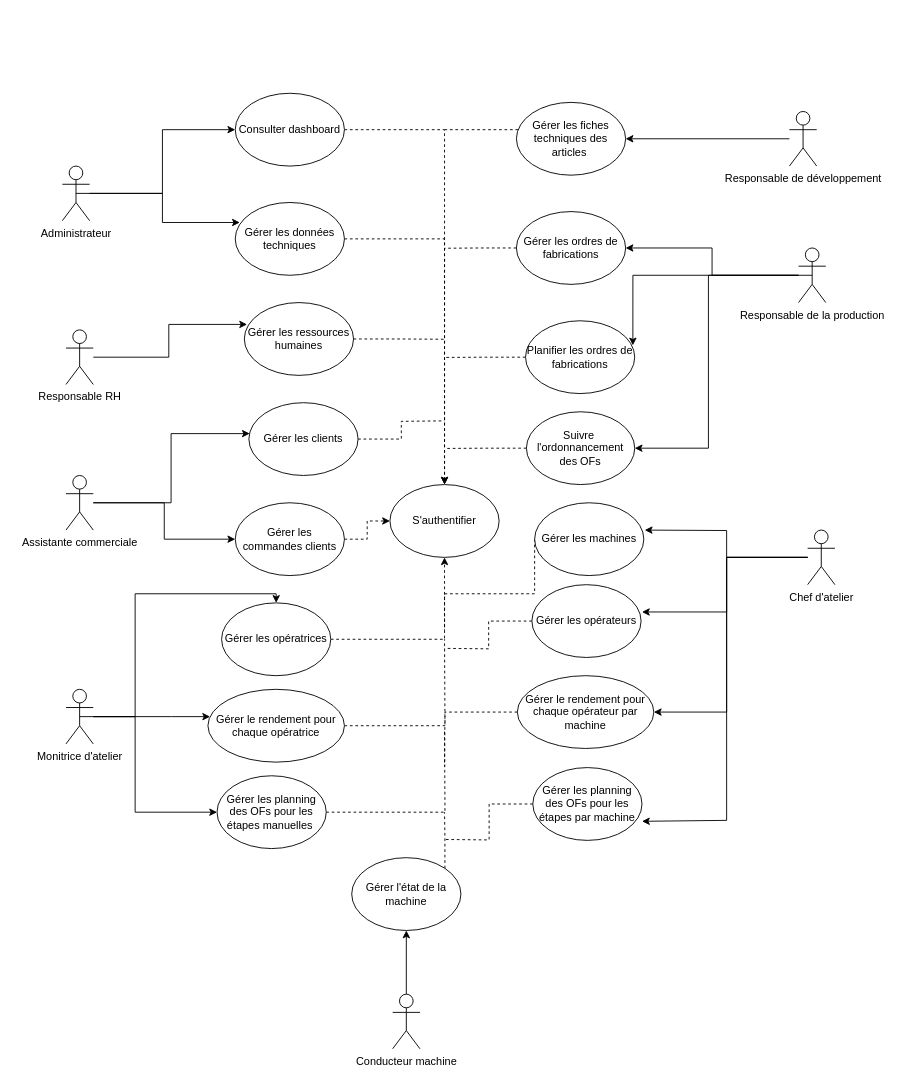
Above: Diagramme_CasUtilisation.drawio in AbdelazizBs/GPAO-SpringApp (draw.io), before the change. Source tidied: cells renumbered, new cells numbered last; positions are measured from the earlier drawing's top-left corner, leaving out a move shared by most shapes. Both pictures are drawn from the tidied source at 91%, with x=0, y=0 at pixel (62, 93).
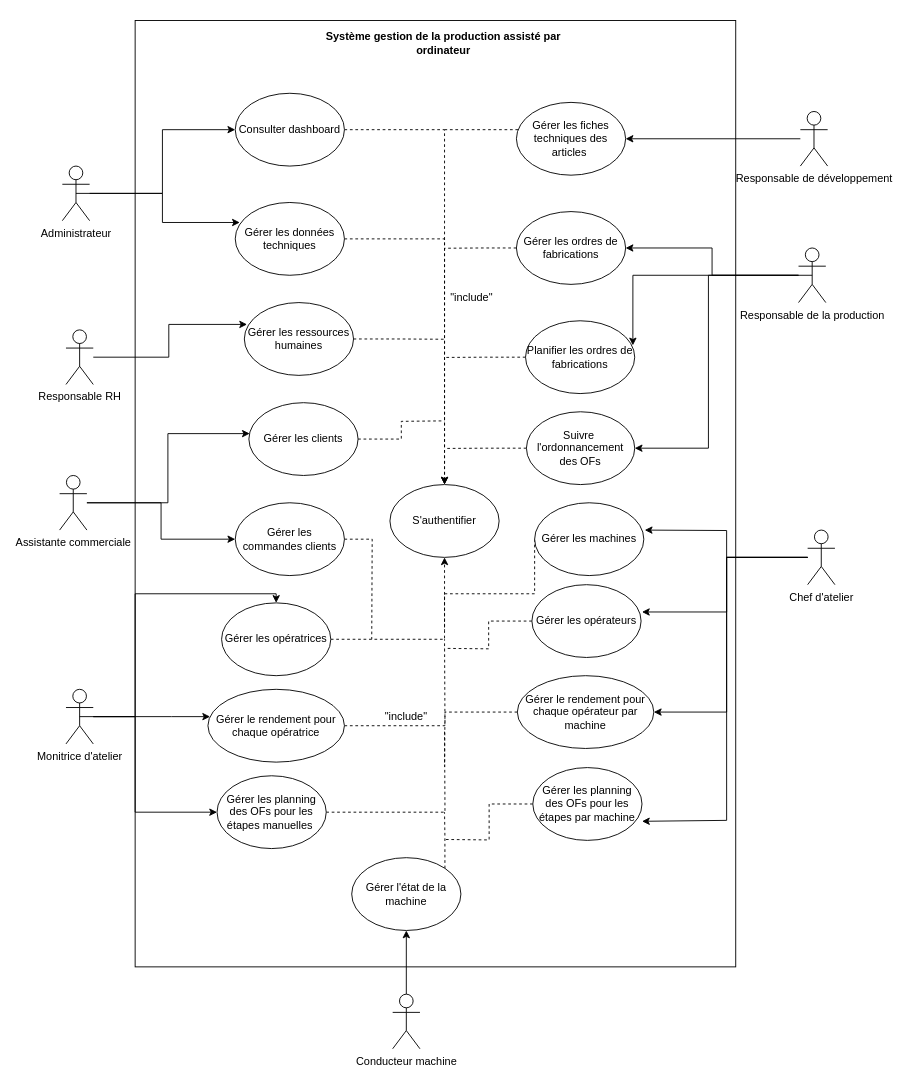
The same page after the edit.

Commit message:
Mettre à jour Diagramme_CasUtilisation.drawio

The change refers to these unchanged cells:
```xml
<mxCell id="36" value="Gérer les commandes clients" style="ellipse;whiteSpace=wrap;html=1;" parent="1" vertex="1">
  <mxGeometry x="190" y="450" width="120" height="80" as="geometry" />
</mxCell>
<mxCell id="61" value="S'authentifier" style="ellipse;whiteSpace=wrap;html=1;" parent="1" vertex="1">
  <mxGeometry x="360" y="430" width="120" height="80" as="geometry" />
</mxCell>
```

The edit, as a diff of the source:
```diff
@@
     <mxCell id="6" value="Assistante commerciale" style="shape=umlActor;verticalLabelPosition=bottom;verticalAlign=top;html=1;outlineConnect=0;" parent="1" vertex="1">
-      <mxGeometry x="4" y="420" width="30" height="60" as="geometry" />
+      <mxGeometry x="-3" y="420" width="30" height="60" as="geometry" />
     </mxCell>
@@
     <mxCell id="8" value="Responsable de développement" style="shape=umlActor;verticalLabelPosition=bottom;verticalAlign=top;html=1;outlineConnect=0;" parent="1" vertex="1">
-      <mxGeometry x="799" y="20" width="30" height="60" as="geometry" />
+      <mxGeometry x="811" y="20" width="30" height="60" as="geometry" />
     </mxCell>
@@
-    <mxCell id="35" style="edgeStyle=orthogonalEdgeStyle;rounded=0;jettySize=auto;html=1;entryX=0;entryY=0.5;entryDx=0;entryDy=0;dashed=1;strokeColor=default;endArrow=classic;endFill=1;" parent="1" edge="1" source="36" target="61">
-      <mxGeometry relative="1" as="geometry" />
-    </mxCell>
+    <mxCell id="62" style="edgeStyle=orthogonalEdgeStyle;rounded=0;jettySize=auto;html=1;exitX=1;exitY=0.5;exitDx=0;exitDy=0;dashed=1;strokeColor=default;endArrow=none;endFill=0;" parent="1" edge="1" source="36">
+      <mxGeometry relative="1" as="geometry">
+        <mxPoint x="340" y="600" as="targetPoint" />
+      </mxGeometry>
+    </mxCell>
@@
+    <mxCell id="63" style="rounded=0;whiteSpace=wrap;html=1;fillColor=none;" parent="1" vertex="1">
+      <mxGeometry x="80" y="-80" width="660" height="1040" as="geometry" />
+    </mxCell>
+    <mxCell id="64" value="&quot;include&quot;" style="text;html=1;strokeColor=none;fillColor=none;align=center;verticalAlign=middle;whiteSpace=wrap;rounded=0;" parent="1" vertex="1">
+      <mxGeometry x="420" y="210" width="60" height="30" as="geometry" />
+    </mxCell>
+    <mxCell id="65" value="&quot;include&quot;" style="text;html=1;strokeColor=none;fillColor=none;align=center;verticalAlign=middle;whiteSpace=wrap;rounded=0;" parent="1" vertex="1">
+      <mxGeometry x="348" y="670" width="60" height="30" as="geometry" />
+    </mxCell>
+    <mxCell id="66" value="&lt;h4&gt;&lt;b&gt;Système gestion de la production assisté par ordinateur&lt;/b&gt;&lt;/h4&gt;" style="text;html=1;strokeColor=none;fillColor=none;align=center;verticalAlign=middle;whiteSpace=wrap;rounded=0;" parent="1" vertex="1">
+      <mxGeometry x="279" y="-70" width="280" height="30" as="geometry" />
+    </mxCell>
```
